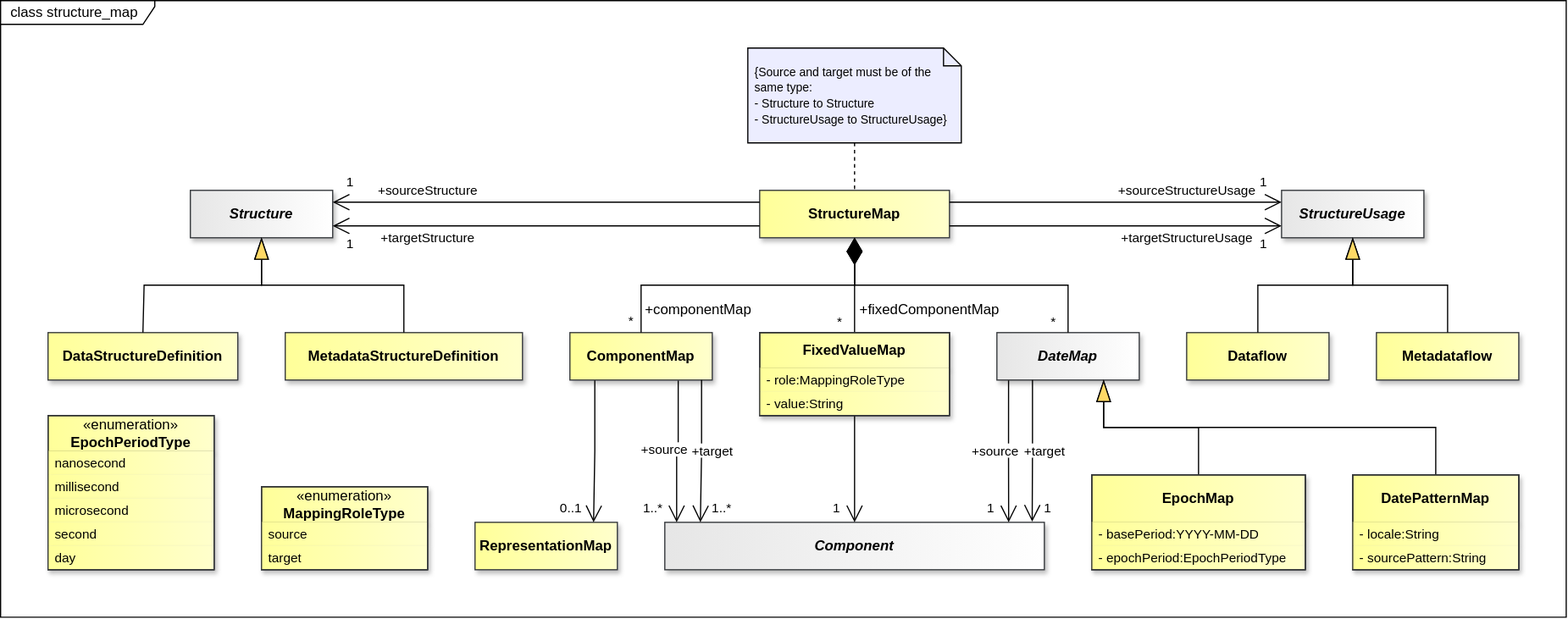
This is docs/information_model/media/sdmx_mapping-structure_map.svg from sdmx-twg/sdmx-im, a draw.io export, as it was before one commit. Source tidied: cells renumbered, new cells last; positions are measured from the earlier drawing's top-left corner, leaving out a move shared by most shapes.
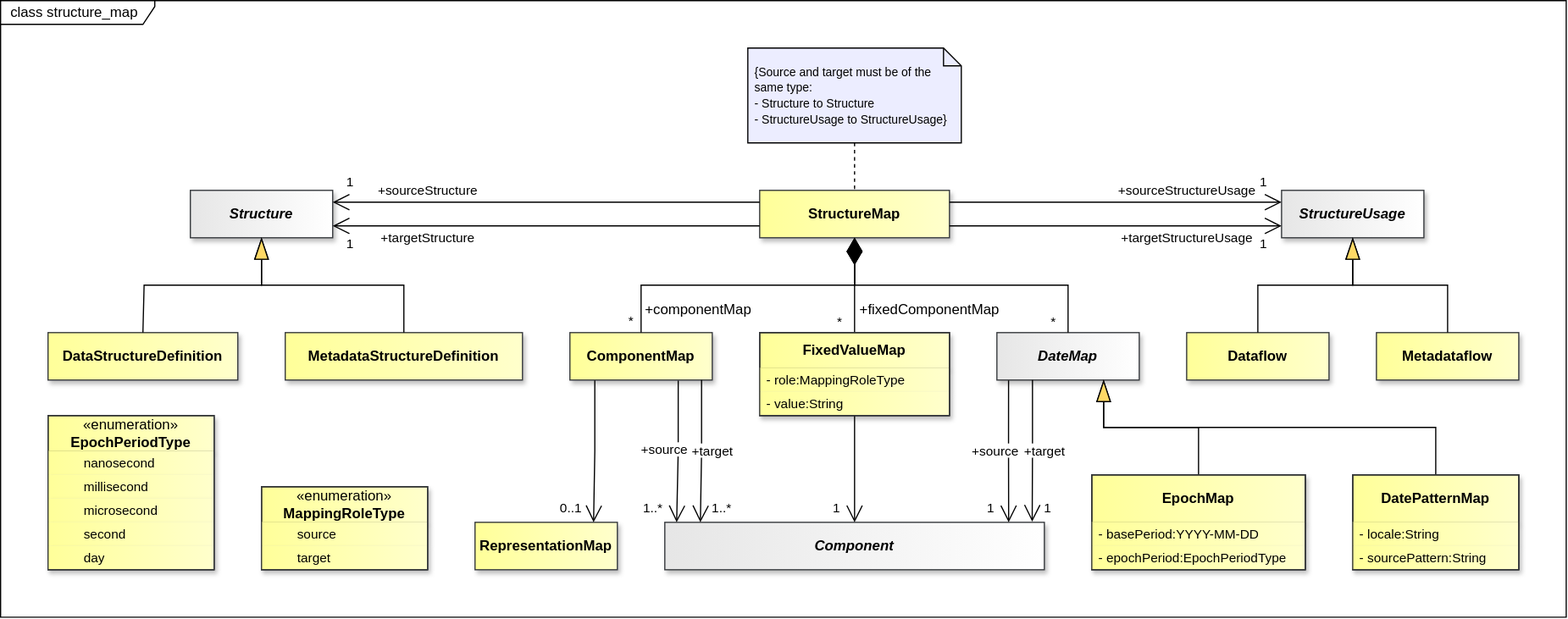
After the commit.

What changed in the source:
```diff
@@ -388,28 +388,28 @@
     <mxCell id="115" value="&lt;span style=&quot;font-weight: normal;&quot;&gt;«enumeration»&lt;/span&gt;&lt;br&gt;EpochPeriodType" style="swimlane;fontStyle=1;align=center;verticalAlign=middle;horizontal=1;startSize=30;whiteSpace=wrap;html=1;fillColor=light-dark(#FFFF99,#FFFF99);strokeColor=light-dark(#000000,#000000);gradientDirection=east;swimlaneLine=1;fontColor=light-dark(#000000,#000000);labelBackgroundColor=none;textShadow=0;gradientColor=light-dark(#FFFFCC,#FFFFCC);shadow=1;" parent="1" vertex="1">
       <mxGeometry x="40" y="350" width="140" height="130" as="geometry" />
     </mxCell>
-    <mxCell id="116" value="nanosecond" style="text;strokeColor=none;fillColor=light-dark(#FFFF99,#FFFF99);align=left;verticalAlign=middle;spacingLeft=4;spacingRight=4;overflow=hidden;whiteSpace=wrap;html=1;fontFamily=Helvetica;fontSize=11;fontColor=light-dark(#000000,#000000);gradientColor=light-dark(#FFFFCC,#FFFFCC);gradientDirection=east;shadow=1;" parent="115" vertex="1">
+    <mxCell id="116" value="&lt;span style=&quot;white-space: pre;&quot;&gt;&#9;&lt;/span&gt;nanosecond" style="text;strokeColor=none;fillColor=light-dark(#FFFF99,#FFFF99);align=left;verticalAlign=middle;spacingLeft=4;spacingRight=4;overflow=hidden;whiteSpace=wrap;html=1;fontFamily=Helvetica;fontSize=11;fontColor=light-dark(#000000,#000000);gradientColor=light-dark(#FFFFCC,#FFFFCC);gradientDirection=east;shadow=1;" parent="115" vertex="1">
       <mxGeometry y="30" width="140" height="20" as="geometry" />
     </mxCell>
-    <mxCell id="117" value="millisecond" style="text;strokeColor=none;fillColor=light-dark(#FFFF99,#FFFF99);align=left;verticalAlign=middle;spacingLeft=4;spacingRight=4;overflow=hidden;whiteSpace=wrap;html=1;fontFamily=Helvetica;fontSize=11;fontColor=light-dark(#000000,#000000);gradientColor=light-dark(#FFFFCC,#FFFFCC);gradientDirection=east;shadow=1;" parent="115" vertex="1">
+    <mxCell id="117" value="&lt;span style=&quot;white-space: pre;&quot;&gt;&#9;&lt;/span&gt;millisecond" style="text;strokeColor=none;fillColor=light-dark(#FFFF99,#FFFF99);align=left;verticalAlign=middle;spacingLeft=4;spacingRight=4;overflow=hidden;whiteSpace=wrap;html=1;fontFamily=Helvetica;fontSize=11;fontColor=light-dark(#000000,#000000);gradientColor=light-dark(#FFFFCC,#FFFFCC);gradientDirection=east;shadow=1;" parent="115" vertex="1">
       <mxGeometry y="50" width="140" height="20" as="geometry" />
     </mxCell>
-    <mxCell id="118" value="microsecond" style="text;strokeColor=none;fillColor=light-dark(#FFFF99,#FFFF99);align=left;verticalAlign=middle;spacingLeft=4;spacingRight=4;overflow=hidden;whiteSpace=wrap;html=1;fontFamily=Helvetica;fontSize=11;fontColor=light-dark(#000000,#000000);gradientColor=light-dark(#FFFFCC,#FFFFCC);gradientDirection=east;shadow=1;" parent="115" vertex="1">
+    <mxCell id="118" value="&lt;span style=&quot;white-space: pre;&quot;&gt;&#9;&lt;/span&gt;microsecond" style="text;strokeColor=none;fillColor=light-dark(#FFFF99,#FFFF99);align=left;verticalAlign=middle;spacingLeft=4;spacingRight=4;overflow=hidden;whiteSpace=wrap;html=1;fontFamily=Helvetica;fontSize=11;fontColor=light-dark(#000000,#000000);gradientColor=light-dark(#FFFFCC,#FFFFCC);gradientDirection=east;shadow=1;" parent="115" vertex="1">
       <mxGeometry y="70" width="140" height="20" as="geometry" />
     </mxCell>
-    <mxCell id="119" value="second" style="text;strokeColor=none;fillColor=light-dark(#FFFF99,#FFFF99);align=left;verticalAlign=middle;spacingLeft=4;spacingRight=4;overflow=hidden;whiteSpace=wrap;html=1;fontFamily=Helvetica;fontSize=11;fontColor=light-dark(#000000,#000000);gradientColor=light-dark(#FFFFCC,#FFFFCC);gradientDirection=east;shadow=1;" parent="115" vertex="1">
+    <mxCell id="119" value="&lt;span style=&quot;white-space: pre;&quot;&gt;&#9;&lt;/span&gt;second" style="text;strokeColor=none;fillColor=light-dark(#FFFF99,#FFFF99);align=left;verticalAlign=middle;spacingLeft=4;spacingRight=4;overflow=hidden;whiteSpace=wrap;html=1;fontFamily=Helvetica;fontSize=11;fontColor=light-dark(#000000,#000000);gradientColor=light-dark(#FFFFCC,#FFFFCC);gradientDirection=east;shadow=1;" parent="115" vertex="1">
       <mxGeometry y="90" width="140" height="20" as="geometry" />
     </mxCell>
-    <mxCell id="120" value="day" style="text;strokeColor=none;fillColor=light-dark(#FFFF99,#FFFF99);align=left;verticalAlign=middle;spacingLeft=4;spacingRight=4;overflow=hidden;whiteSpace=wrap;html=1;fontFamily=Helvetica;fontSize=11;fontColor=light-dark(#000000,#000000);gradientColor=light-dark(#FFFFCC,#FFFFCC);gradientDirection=east;shadow=1;" parent="115" vertex="1">
+    <mxCell id="120" value="&lt;span style=&quot;white-space: pre;&quot;&gt;&#9;&lt;/span&gt;day" style="text;strokeColor=none;fillColor=light-dark(#FFFF99,#FFFF99);align=left;verticalAlign=middle;spacingLeft=4;spacingRight=4;overflow=hidden;whiteSpace=wrap;html=1;fontFamily=Helvetica;fontSize=11;fontColor=light-dark(#000000,#000000);gradientColor=light-dark(#FFFFCC,#FFFFCC);gradientDirection=east;shadow=1;" parent="115" vertex="1">
       <mxGeometry y="110" width="140" height="20" as="geometry" />
     </mxCell>
     <mxCell id="121" value="&lt;span style=&quot;font-weight: normal;&quot;&gt;«enumeration»&lt;/span&gt;&lt;br&gt;MappingRoleType" style="swimlane;fontStyle=1;align=center;verticalAlign=middle;horizontal=1;startSize=30;whiteSpace=wrap;html=1;fillColor=light-dark(#FFFF99,#FFFF99);strokeColor=light-dark(#000000,#000000);gradientDirection=east;swimlaneLine=1;fontColor=light-dark(#000000,#000000);labelBackgroundColor=none;textShadow=0;gradientColor=light-dark(#FFFFCC,#FFFFCC);shadow=1;" parent="1" vertex="1">
       <mxGeometry x="220" y="410" width="140" height="70" as="geometry" />
     </mxCell>
-    <mxCell id="122" value="source" style="text;strokeColor=none;fillColor=light-dark(#FFFF99,#FFFF99);align=left;verticalAlign=middle;spacingLeft=4;spacingRight=4;overflow=hidden;whiteSpace=wrap;html=1;fontFamily=Helvetica;fontSize=11;fontColor=light-dark(#000000,#000000);gradientColor=light-dark(#FFFFCC,#FFFFCC);gradientDirection=east;shadow=1;" parent="121" vertex="1">
+    <mxCell id="122" value="&lt;span style=&quot;white-space: pre;&quot;&gt;&#9;&lt;/span&gt;source" style="text;strokeColor=none;fillColor=light-dark(#FFFF99,#FFFF99);align=left;verticalAlign=middle;spacingLeft=4;spacingRight=4;overflow=hidden;whiteSpace=wrap;html=1;fontFamily=Helvetica;fontSize=11;fontColor=light-dark(#000000,#000000);gradientColor=light-dark(#FFFFCC,#FFFFCC);gradientDirection=east;shadow=1;" parent="121" vertex="1">
       <mxGeometry y="30" width="140" height="20" as="geometry" />
     </mxCell>
-    <mxCell id="123" value="target" style="text;strokeColor=none;fillColor=light-dark(#FFFF99,#FFFF99);align=left;verticalAlign=middle;spacingLeft=4;spacingRight=4;overflow=hidden;whiteSpace=wrap;html=1;fontFamily=Helvetica;fontSize=11;fontColor=light-dark(#000000,#000000);gradientColor=light-dark(#FFFFCC,#FFFFCC);gradientDirection=east;shadow=1;" parent="121" vertex="1">
+    <mxCell id="123" value="&lt;span style=&quot;white-space: pre;&quot;&gt;&#9;&lt;/span&gt;target" style="text;strokeColor=none;fillColor=light-dark(#FFFF99,#FFFF99);align=left;verticalAlign=middle;spacingLeft=4;spacingRight=4;overflow=hidden;whiteSpace=wrap;html=1;fontFamily=Helvetica;fontSize=11;fontColor=light-dark(#000000,#000000);gradientColor=light-dark(#FFFFCC,#FFFFCC);gradientDirection=east;shadow=1;" parent="121" vertex="1">
       <mxGeometry y="50" width="140" height="20" as="geometry" />
     </mxCell>
     <mxCell id="124" value="RepresentationMap" style="whiteSpace=wrap;html=1;verticalAlign=middle;gradientDirection=east;imageVerticalAlign=top;fontStyle=1;fillColor=light-dark(#FFFF99,#FFFF99);strokeColor=#36393d;fontColor=light-dark(#000000,#000000);gradientColor=light-dark(#FFFFCC,#FFFFCC);shadow=1;" parent="1" vertex="1">
```
